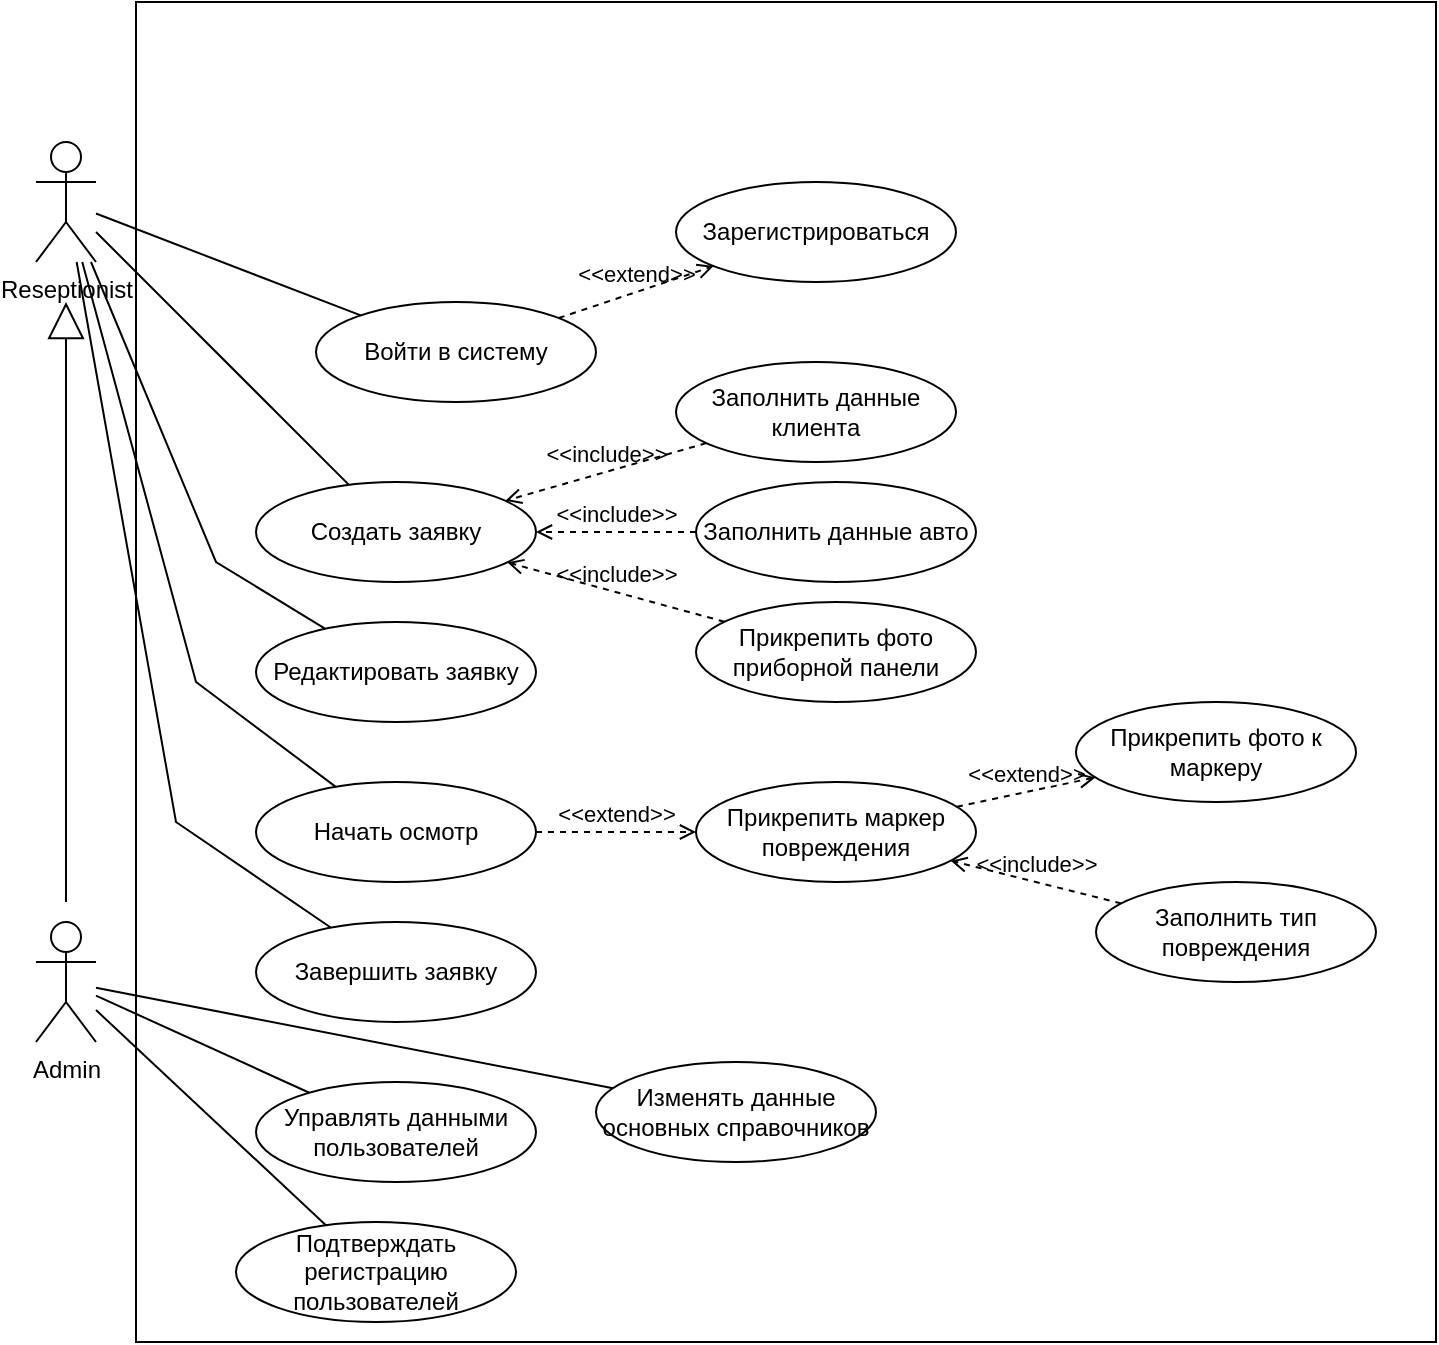
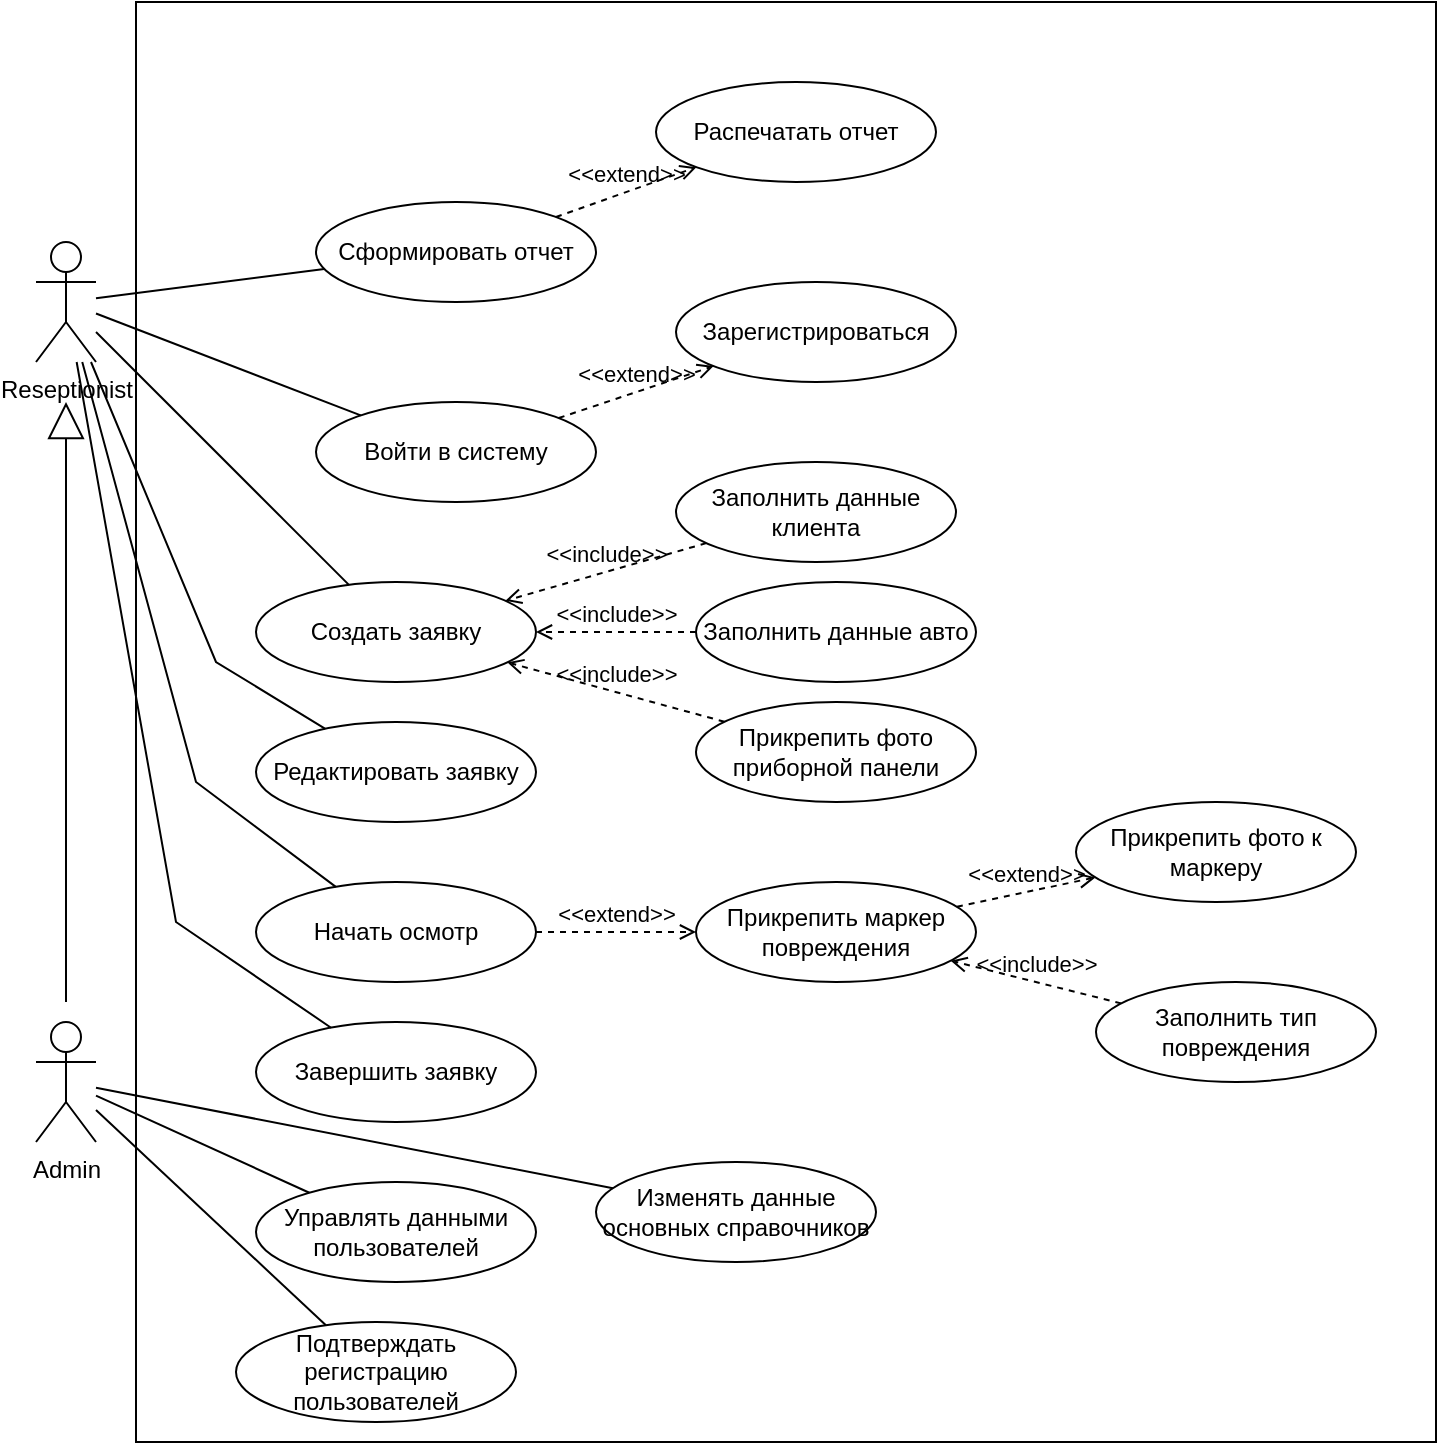
<mxfile host="app.diagrams.net">
-   <diagram name="Страница-1" id="F2TU-BoDUS4cWW02-v-u">
-     <mxGraphModel dx="1471" dy="811" grid="1" gridSize="10" guides="1" tooltips="1" connect="1" arrows="1" fold="1" page="1" pageScale="1" pageWidth="4681" pageHeight="3300" math="0" shadow="0">
+   <diagram name="Страница-1" id="E1LzCZLPdW2ox2-aXwGB">
+     <mxGraphModel dx="1030" dy="568" grid="1" gridSize="10" guides="1" tooltips="1" connect="1" arrows="1" fold="1" page="1" pageScale="1" pageWidth="4681" pageHeight="3300" math="0" shadow="0">
      <root>
        <mxCell id="0" />
        <mxCell id="1" parent="0" />
        <mxCell id="vHIFV4DFxjPtD3ceaZN1-40" parent="1" style="rounded=0;whiteSpace=wrap;html=1;" value="" vertex="1">
-           <mxGeometry height="670" width="650" x="310" y="170" as="geometry" />
+           <mxGeometry height="720" width="650" x="310" y="120" as="geometry" />
        </mxCell>
        <mxCell id="vHIFV4DFxjPtD3ceaZN1-2" parent="1" style="shape=umlActor;verticalLabelPosition=bottom;verticalAlign=top;html=1;outlineConnect=0;" value="Reseptionist" vertex="1">
          <mxGeometry height="60" width="30" x="260" y="240" as="geometry" />
        </mxCell>
        <mxCell id="vHIFV4DFxjPtD3ceaZN1-3" parent="1" style="shape=umlActor;verticalLabelPosition=bottom;verticalAlign=top;html=1;outlineConnect=0;" value="Admin" vertex="1">
          <mxGeometry height="60" width="30" x="260" y="630" as="geometry" />
        </mxCell>
        <mxCell id="vHIFV4DFxjPtD3ceaZN1-4" parent="1" style="ellipse;whiteSpace=wrap;html=1;" value="Войти в систему" vertex="1">
          <mxGeometry height="50" width="140" x="400" y="320" as="geometry" />
        </mxCell>
        <mxCell id="vHIFV4DFxjPtD3ceaZN1-5" parent="1" style="ellipse;whiteSpace=wrap;html=1;" value="Зарегистрироваться" vertex="1">
          <mxGeometry height="50" width="140" x="580" y="260" as="geometry" />
        </mxCell>
        <mxCell id="vHIFV4DFxjPtD3ceaZN1-7" edge="1" parent="1" source="vHIFV4DFxjPtD3ceaZN1-4" style="html=1;verticalAlign=bottom;labelBackgroundColor=none;endArrow=open;endFill=0;dashed=1;rounded=0;" target="vHIFV4DFxjPtD3ceaZN1-5" value="&amp;lt;&amp;lt;extend&amp;gt;&amp;gt;">
          <mxGeometry relative="1" width="160" as="geometry">
            <mxPoint x="670" y="289.66" as="sourcePoint" />
            <mxPoint x="580" y="289.66" as="targetPoint" />
          </mxGeometry>
        </mxCell>
        <mxCell id="vHIFV4DFxjPtD3ceaZN1-8" edge="1" parent="1" source="vHIFV4DFxjPtD3ceaZN1-2" style="endArrow=none;html=1;rounded=0;" target="vHIFV4DFxjPtD3ceaZN1-4" value="">
          <mxGeometry height="50" relative="1" width="50" as="geometry">
            <mxPoint x="510" y="420" as="sourcePoint" />
            <mxPoint x="560" y="370" as="targetPoint" />
          </mxGeometry>
        </mxCell>
        <mxCell id="vHIFV4DFxjPtD3ceaZN1-9" parent="1" style="ellipse;whiteSpace=wrap;html=1;" value="Создать заявку" vertex="1">
          <mxGeometry height="50" width="140" x="370" y="410" as="geometry" />
        </mxCell>
        <mxCell id="vHIFV4DFxjPtD3ceaZN1-10" parent="1" style="ellipse;whiteSpace=wrap;html=1;" value="Редактировать заявку" vertex="1">
          <mxGeometry height="50" width="140" x="370" y="480" as="geometry" />
        </mxCell>
        <mxCell id="vHIFV4DFxjPtD3ceaZN1-11" parent="1" style="ellipse;whiteSpace=wrap;html=1;" value="Начать осмотр" vertex="1">
          <mxGeometry height="50" width="140" x="370" y="560" as="geometry" />
        </mxCell>
        <mxCell id="vHIFV4DFxjPtD3ceaZN1-14" edge="1" parent="1" source="vHIFV4DFxjPtD3ceaZN1-2" style="endArrow=none;html=1;rounded=0;" target="vHIFV4DFxjPtD3ceaZN1-10" value="">
          <mxGeometry height="50" relative="1" width="50" as="geometry">
            <Array as="points">
              <mxPoint x="350" y="450" />
            </Array>
            <mxPoint x="410" y="410" as="sourcePoint" />
            <mxPoint x="566" y="479" as="targetPoint" />
          </mxGeometry>
        </mxCell>
        <mxCell id="vHIFV4DFxjPtD3ceaZN1-15" parent="1" style="ellipse;whiteSpace=wrap;html=1;" value="Завершить заявку" vertex="1">
          <mxGeometry height="50" width="140" x="370" y="630" as="geometry" />
        </mxCell>
        <mxCell id="vHIFV4DFxjPtD3ceaZN1-17" edge="1" parent="1" source="vHIFV4DFxjPtD3ceaZN1-18" style="html=1;verticalAlign=bottom;labelBackgroundColor=none;endArrow=open;endFill=0;dashed=1;rounded=0;" target="vHIFV4DFxjPtD3ceaZN1-9" value="&amp;lt;&amp;lt;include&amp;gt;&amp;gt;">
          <mxGeometry relative="1" width="160" as="geometry">
            <mxPoint x="500" y="500" as="sourcePoint" />
            <mxPoint x="500" y="540" as="targetPoint" />
          </mxGeometry>
        </mxCell>
        <mxCell id="vHIFV4DFxjPtD3ceaZN1-18" parent="1" style="ellipse;whiteSpace=wrap;html=1;" value="Заполнить данные клиента" vertex="1">
          <mxGeometry height="50" width="140" x="580" y="350" as="geometry" />
        </mxCell>
        <mxCell id="vHIFV4DFxjPtD3ceaZN1-19" parent="1" style="ellipse;whiteSpace=wrap;html=1;" value="Заполнить данные авто" vertex="1">
          <mxGeometry height="50" width="140" x="590" y="410" as="geometry" />
        </mxCell>
        <mxCell id="vHIFV4DFxjPtD3ceaZN1-20" edge="1" parent="1" source="vHIFV4DFxjPtD3ceaZN1-19" style="html=1;verticalAlign=bottom;labelBackgroundColor=none;endArrow=open;endFill=0;dashed=1;rounded=0;" target="vHIFV4DFxjPtD3ceaZN1-9" value="&amp;lt;&amp;lt;include&amp;gt;&amp;gt;">
          <mxGeometry relative="1" width="160" as="geometry">
            <mxPoint x="640" y="490" as="sourcePoint" />
            <mxPoint x="540" y="518" as="targetPoint" />
          </mxGeometry>
        </mxCell>
        <mxCell id="vHIFV4DFxjPtD3ceaZN1-21" edge="1" parent="1" source="vHIFV4DFxjPtD3ceaZN1-22" style="html=1;verticalAlign=bottom;labelBackgroundColor=none;endArrow=open;endFill=0;dashed=1;rounded=0;" target="vHIFV4DFxjPtD3ceaZN1-9" value="&amp;lt;&amp;lt;include&amp;gt;&amp;gt;">
          <mxGeometry relative="1" width="160" as="geometry">
            <mxPoint x="540" y="530" as="sourcePoint" />
            <mxPoint x="460" y="530" as="targetPoint" />
          </mxGeometry>
        </mxCell>
        <mxCell id="vHIFV4DFxjPtD3ceaZN1-22" parent="1" style="ellipse;whiteSpace=wrap;html=1;" value="Прикрепить фото приборной панели" vertex="1">
          <mxGeometry height="50" width="140" x="590" y="470" as="geometry" />
        </mxCell>
        <mxCell id="vHIFV4DFxjPtD3ceaZN1-23" edge="1" parent="1" source="vHIFV4DFxjPtD3ceaZN1-9" style="endArrow=none;html=1;rounded=0;" target="vHIFV4DFxjPtD3ceaZN1-2" value="">
          <mxGeometry height="50" relative="1" width="50" as="geometry">
            <mxPoint x="398" y="340" as="sourcePoint" />
            <mxPoint x="310" y="402" as="targetPoint" />
          </mxGeometry>
        </mxCell>
        <mxCell id="vHIFV4DFxjPtD3ceaZN1-24" edge="1" parent="1" source="vHIFV4DFxjPtD3ceaZN1-11" style="endArrow=none;html=1;rounded=0;" target="vHIFV4DFxjPtD3ceaZN1-2" value="">
          <mxGeometry height="50" relative="1" width="50" as="geometry">
            <Array as="points">
              <mxPoint x="340" y="510" />
            </Array>
            <mxPoint x="190" y="510" as="sourcePoint" />
            <mxPoint x="240" y="460" as="targetPoint" />
          </mxGeometry>
        </mxCell>
        <mxCell id="vHIFV4DFxjPtD3ceaZN1-25" edge="1" parent="1" source="vHIFV4DFxjPtD3ceaZN1-2" style="endArrow=none;html=1;rounded=0;" target="vHIFV4DFxjPtD3ceaZN1-15" value="">
          <mxGeometry height="50" relative="1" width="50" as="geometry">
            <Array as="points">
              <mxPoint x="330" y="580" />
            </Array>
            <mxPoint x="398" y="550" as="sourcePoint" />
            <mxPoint x="310" y="612" as="targetPoint" />
          </mxGeometry>
        </mxCell>
        <mxCell id="vHIFV4DFxjPtD3ceaZN1-26" parent="1" style="ellipse;whiteSpace=wrap;html=1;" value="Прикрепить маркер повреждения" vertex="1">
          <mxGeometry height="50" width="140" x="590" y="560" as="geometry" />
        </mxCell>
        <mxCell id="vHIFV4DFxjPtD3ceaZN1-27" edge="1" parent="1" source="vHIFV4DFxjPtD3ceaZN1-11" style="html=1;verticalAlign=bottom;labelBackgroundColor=none;endArrow=open;endFill=0;dashed=1;rounded=0;" target="vHIFV4DFxjPtD3ceaZN1-26" value="&amp;lt;&amp;lt;extend&amp;gt;&amp;gt;">
          <mxGeometry relative="1" width="160" as="geometry">
            <mxPoint x="560" y="704" as="sourcePoint" />
            <mxPoint x="652" y="670" as="targetPoint" />
          </mxGeometry>
        </mxCell>
        <mxCell id="vHIFV4DFxjPtD3ceaZN1-28" edge="1" parent="1" source="vHIFV4DFxjPtD3ceaZN1-26" style="html=1;verticalAlign=bottom;labelBackgroundColor=none;endArrow=open;endFill=0;dashed=1;rounded=0;" target="vHIFV4DFxjPtD3ceaZN1-29" value="&amp;lt;&amp;lt;extend&amp;gt;&amp;gt;">
          <mxGeometry relative="1" width="160" as="geometry">
            <mxPoint x="630" y="700" as="sourcePoint" />
            <mxPoint x="710" y="700" as="targetPoint" />
          </mxGeometry>
        </mxCell>
        <mxCell id="vHIFV4DFxjPtD3ceaZN1-29" parent="1" style="ellipse;whiteSpace=wrap;html=1;" value="Прикрепить фото к маркеру" vertex="1">
          <mxGeometry height="50" width="140" x="780" y="520" as="geometry" />
        </mxCell>
        <mxCell id="vHIFV4DFxjPtD3ceaZN1-30" edge="1" parent="1" source="vHIFV4DFxjPtD3ceaZN1-31" style="html=1;verticalAlign=bottom;labelBackgroundColor=none;endArrow=open;endFill=0;dashed=1;rounded=0;" target="vHIFV4DFxjPtD3ceaZN1-26" value="&amp;lt;&amp;lt;include&amp;gt;&amp;gt;">
          <mxGeometry relative="1" width="160" as="geometry">
            <mxPoint x="814" y="720" as="sourcePoint" />
            <mxPoint x="770" y="640" as="targetPoint" />
          </mxGeometry>
        </mxCell>
        <mxCell id="vHIFV4DFxjPtD3ceaZN1-31" parent="1" style="ellipse;whiteSpace=wrap;html=1;" value="Заполнить тип повреждения" vertex="1">
          <mxGeometry height="50" width="140" x="790" y="610" as="geometry" />
        </mxCell>
        <mxCell id="vHIFV4DFxjPtD3ceaZN1-33" edge="1" parent="1" source="vHIFV4DFxjPtD3ceaZN1-3" style="endArrow=block;endSize=16;endFill=0;html=1;rounded=0;targetPerimeterSpacing=20;sourcePerimeterSpacing=10;" target="vHIFV4DFxjPtD3ceaZN1-2" value="">
          <mxGeometry relative="1" width="160" as="geometry">
            <mxPoint x="260" y="610" as="sourcePoint" />
            <mxPoint x="260" y="450" as="targetPoint" />
          </mxGeometry>
        </mxCell>
        <mxCell id="vHIFV4DFxjPtD3ceaZN1-34" parent="1" style="ellipse;whiteSpace=wrap;html=1;" value="Управлять данными пользователей" vertex="1">
          <mxGeometry height="50" width="140" x="370" y="710" as="geometry" />
        </mxCell>
        <mxCell id="vHIFV4DFxjPtD3ceaZN1-35" parent="1" style="ellipse;whiteSpace=wrap;html=1;" value="Подтверждать регистрацию пользователей" vertex="1">
          <mxGeometry height="50" width="140" x="360" y="780" as="geometry" />
        </mxCell>
        <mxCell id="vHIFV4DFxjPtD3ceaZN1-36" parent="1" style="ellipse;whiteSpace=wrap;html=1;" value="Изменять данные основных справочников" vertex="1">
          <mxGeometry height="50" width="140" x="540" y="700" as="geometry" />
        </mxCell>
        <mxCell id="vHIFV4DFxjPtD3ceaZN1-37" edge="1" parent="1" source="vHIFV4DFxjPtD3ceaZN1-34" style="endArrow=none;html=1;rounded=0;" target="vHIFV4DFxjPtD3ceaZN1-3" value="">
          <mxGeometry height="50" relative="1" width="50" as="geometry">
            <mxPoint x="240" y="830" as="sourcePoint" />
            <mxPoint x="290" y="780" as="targetPoint" />
          </mxGeometry>
        </mxCell>
        <mxCell id="vHIFV4DFxjPtD3ceaZN1-38" edge="1" parent="1" source="vHIFV4DFxjPtD3ceaZN1-35" style="endArrow=none;html=1;rounded=0;" target="vHIFV4DFxjPtD3ceaZN1-3" value="">
          <mxGeometry height="50" relative="1" width="50" as="geometry">
            <mxPoint x="309" y="822" as="sourcePoint" />
            <mxPoint x="210" y="750" as="targetPoint" />
          </mxGeometry>
        </mxCell>
        <mxCell id="vHIFV4DFxjPtD3ceaZN1-39" edge="1" parent="1" source="vHIFV4DFxjPtD3ceaZN1-36" style="endArrow=none;html=1;rounded=0;" target="vHIFV4DFxjPtD3ceaZN1-3" value="">
          <mxGeometry height="50" relative="1" width="50" as="geometry">
            <mxPoint x="389" y="802" as="sourcePoint" />
            <mxPoint x="290" y="730" as="targetPoint" />
          </mxGeometry>
        </mxCell>
+         <mxCell id="q51OhhGrE3nLNFuxYmXN-1" parent="1" style="ellipse;whiteSpace=wrap;html=1;" value="Сформировать отчет" vertex="1">
+           <mxGeometry height="50" width="140" x="400" y="220" as="geometry" />
+         </mxCell>
+         <mxCell id="q51OhhGrE3nLNFuxYmXN-2" edge="1" parent="1" source="q51OhhGrE3nLNFuxYmXN-1" style="html=1;verticalAlign=bottom;labelBackgroundColor=none;endArrow=open;endFill=0;dashed=1;rounded=0;" target="q51OhhGrE3nLNFuxYmXN-3" value="&amp;lt;&amp;lt;extend&amp;gt;&amp;gt;">
+           <mxGeometry relative="1" width="160" as="geometry">
+             <mxPoint x="510" y="212" as="sourcePoint" />
+             <mxPoint x="500" y="340" as="targetPoint" />
+           </mxGeometry>
+         </mxCell>
+         <mxCell id="q51OhhGrE3nLNFuxYmXN-3" parent="1" style="ellipse;whiteSpace=wrap;html=1;" value="Распечатать отчет" vertex="1">
+           <mxGeometry height="50" width="140" x="570" y="160" as="geometry" />
+         </mxCell>
+         <mxCell id="q51OhhGrE3nLNFuxYmXN-4" edge="1" parent="1" source="vHIFV4DFxjPtD3ceaZN1-2" style="endArrow=none;html=1;rounded=0;" target="q51OhhGrE3nLNFuxYmXN-1" value="">
+           <mxGeometry height="50" relative="1" width="50" as="geometry">
+             <mxPoint x="340" y="290" as="sourcePoint" />
+             <mxPoint x="472" y="341" as="targetPoint" />
+           </mxGeometry>
+         </mxCell>
      </root>
    </mxGraphModel>
  </diagram>
</mxfile>
